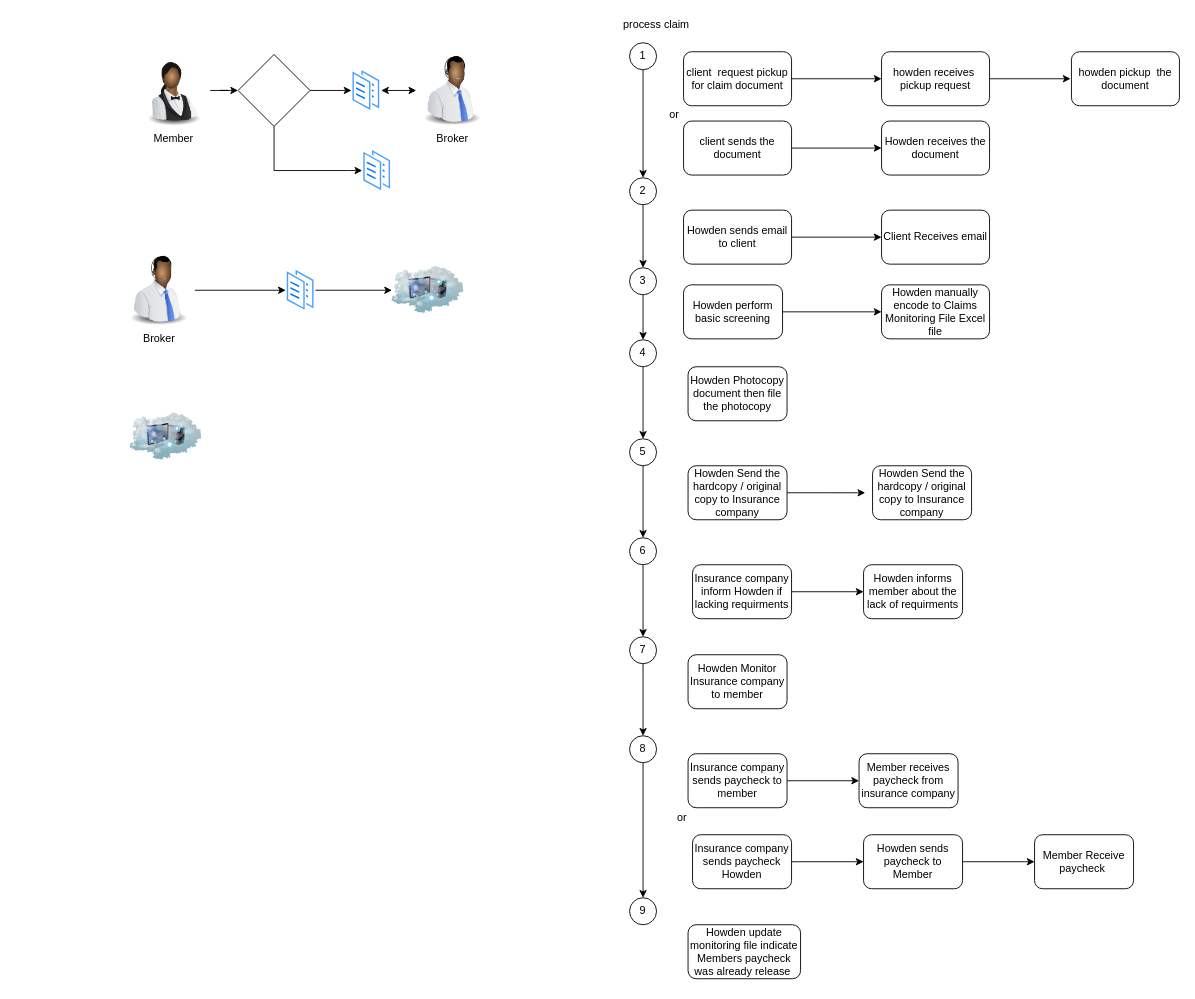
Earlier version of the draw.io diagram page "Claim" (3 of 10) of howdengroup.drawio (jasarvn/howdengroup). Source tidied: cells renumbered, new cells numbered last; positions are measured from the earlier drawing's top-left corner, leaving out a move shared by most shapes. Both pictures are drawn from the tidied source at 90%, with x=0, y=0 at pixel (122, 15).
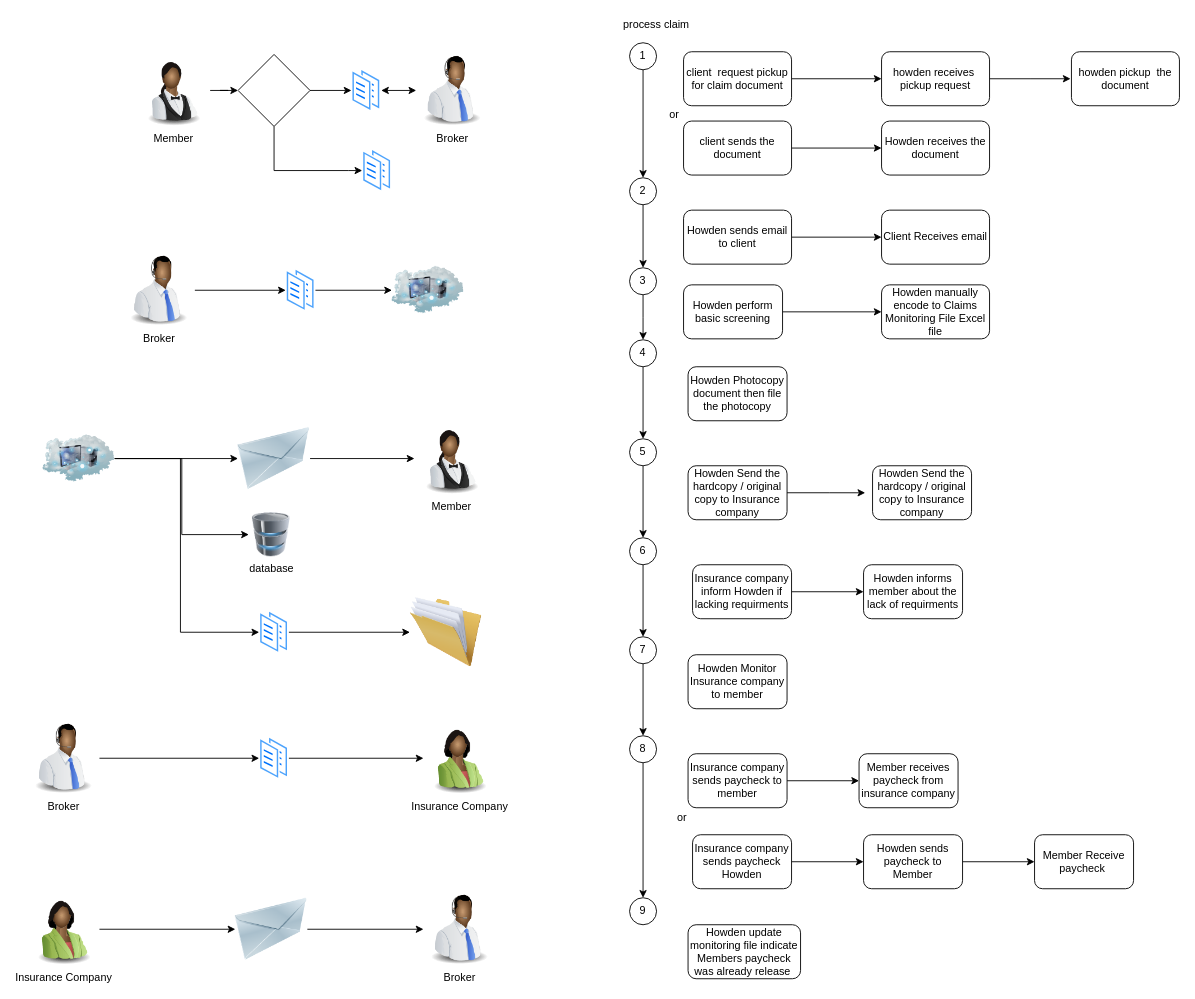
Above is the later version.

The edit, as a diff of the source:
```diff
@@
+    <mxCell id="68" style="edgeStyle=orthogonalEdgeStyle;rounded=0;jettySize=auto;html=1;exitX=1;exitY=0.5;exitDx=0;exitDy=0;" parent="1" edge="1" source="65" target="75">
+      <mxGeometry relative="1" as="geometry" />
+    </mxCell>
+    <mxCell id="69" style="edgeStyle=orthogonalEdgeStyle;rounded=0;jettySize=auto;html=1;entryX=0;entryY=0.5;entryDx=0;entryDy=0;" parent="1" edge="1" source="65" target="71">
+      <mxGeometry relative="1" as="geometry" />
+    </mxCell>
+    <mxCell id="70" style="edgeStyle=orthogonalEdgeStyle;rounded=0;jettySize=auto;html=1;entryX=0;entryY=0.5;entryDx=0;entryDy=0;" parent="1" edge="1" source="65" target="77">
+      <mxGeometry relative="1" as="geometry">
+        <Array as="points">
+          <mxPoint x="64" y="492" />
+          <mxPoint x="64" y="685" />
+        </Array>
+      </mxGeometry>
+    </mxCell>
     <mxCell id="65" style="image;html=1;labelBackgroundColor=#ffffff;image=img/lib/clip_art/networking/Cloud_Computer_128x128.png;" parent="1" vertex="1">
-      <mxGeometry x="8" y="428" width="80" height="80" as="geometry" />
+      <mxGeometry x="-89" y="452" width="80" height="80" as="geometry" />
     </mxCell>
@@
+    <mxCell id="71" value="database" style="image;html=1;labelBackgroundColor=#ffffff;image=img/lib/clip_art/computers/Database_128x128.png;" parent="1" vertex="1">
+      <mxGeometry x="140" y="552" width="50" height="49" as="geometry" />
+    </mxCell>
+    <mxCell id="72" style="image;html=1;labelBackgroundColor=#ffffff;image=img/lib/clip_art/general/Full_Folder_128x128.png;" parent="1" vertex="1">
+      <mxGeometry x="319" y="645" width="80" height="80" as="geometry" />
+    </mxCell>
+    <mxCell id="73" value="Member&lt;br&gt;" style="image;html=1;labelBackgroundColor=#ffffff;image=img/lib/clip_art/people/Waiter_Woman_Black_128x128.png;" parent="1" vertex="1">
+      <mxGeometry x="324" y="452" width="82" height="80" as="geometry" />
+    </mxCell>
+    <mxCell id="74" style="edgeStyle=orthogonalEdgeStyle;rounded=0;jettySize=auto;html=1;exitX=1;exitY=0.5;exitDx=0;exitDy=0;" parent="1" edge="1" source="75" target="73">
+      <mxGeometry relative="1" as="geometry" />
+    </mxCell>
+    <mxCell id="75" style="image;html=1;labelBackgroundColor=#ffffff;image=img/lib/clip_art/networking/Email_128x128.png;" parent="1" vertex="1">
+      <mxGeometry x="128" y="452" width="80" height="80" as="geometry" />
+    </mxCell>
+    <mxCell id="76" style="edgeStyle=orthogonalEdgeStyle;rounded=0;jettySize=auto;html=1;exitX=1;exitY=0.5;exitDx=0;exitDy=0;entryX=0;entryY=0.5;entryDx=0;entryDy=0;" parent="1" edge="1" source="77" target="72">
+      <mxGeometry relative="1" as="geometry" />
+    </mxCell>
+    <mxCell id="77" style="perimeter=ellipsePerimeter;html=1;align=center;shadow=0;dashed=0;spacingTop=3;image;image=img/lib/active_directory/documents.svg;" parent="1" vertex="1">
+      <mxGeometry x="151.5" y="660" width="33" height="50" as="geometry" />
+    </mxCell>
+    <mxCell id="78" style="edgeStyle=orthogonalEdgeStyle;rounded=0;jettySize=auto;html=1;entryX=0;entryY=0.5;entryDx=0;entryDy=0;" parent="1" edge="1" source="79" target="81">
+      <mxGeometry relative="1" as="geometry" />
+    </mxCell>
+    <mxCell id="79" value="Broker" style="image;html=1;labelBackgroundColor=#ffffff;image=img/lib/clip_art/people/Telesales_Man_Black_128x128.png;" parent="1" vertex="1">
+      <mxGeometry x="-106" y="785" width="80" height="80" as="geometry" />
+    </mxCell>
+    <mxCell id="80" style="edgeStyle=orthogonalEdgeStyle;rounded=0;jettySize=auto;html=1;exitX=1;exitY=0.5;exitDx=0;exitDy=0;" parent="1" edge="1" source="81" target="82">
+      <mxGeometry relative="1" as="geometry" />
+    </mxCell>
+    <mxCell id="81" style="perimeter=ellipsePerimeter;html=1;align=center;shadow=0;dashed=0;spacingTop=3;image;image=img/lib/active_directory/documents.svg;" parent="1" vertex="1">
+      <mxGeometry x="151.5" y="800" width="33" height="50" as="geometry" />
+    </mxCell>
+    <mxCell id="82" value="Insurance Company" style="image;html=1;labelBackgroundColor=#ffffff;image=img/lib/clip_art/people/Suit_Woman_Green_Black_128x128.png;" parent="1" vertex="1">
+      <mxGeometry x="334" y="785" width="80" height="80" as="geometry" />
+    </mxCell>
+    <mxCell id="83" style="edgeStyle=orthogonalEdgeStyle;rounded=0;jettySize=auto;html=1;exitX=1;exitY=0.5;exitDx=0;exitDy=0;entryX=0;entryY=0.5;entryDx=0;entryDy=0;" parent="1" edge="1" source="84" target="86">
+      <mxGeometry relative="1" as="geometry" />
+    </mxCell>
+    <mxCell id="84" value="Insurance Company" style="image;html=1;labelBackgroundColor=#ffffff;image=img/lib/clip_art/people/Suit_Woman_Green_Black_128x128.png;" parent="1" vertex="1">
+      <mxGeometry x="-106" y="975" width="80" height="80" as="geometry" />
+    </mxCell>
+    <mxCell id="85" style="edgeStyle=orthogonalEdgeStyle;rounded=0;jettySize=auto;html=1;" parent="1" edge="1" source="86" target="87">
+      <mxGeometry relative="1" as="geometry" />
+    </mxCell>
+    <mxCell id="86" style="image;html=1;labelBackgroundColor=#ffffff;image=img/lib/clip_art/networking/Email_128x128.png;" parent="1" vertex="1">
+      <mxGeometry x="125" y="975" width="80" height="80" as="geometry" />
+    </mxCell>
+    <mxCell id="87" value="Broker" style="image;html=1;labelBackgroundColor=#ffffff;image=img/lib/clip_art/people/Telesales_Man_Black_128x128.png;" parent="1" vertex="1">
+      <mxGeometry x="334" y="975" width="80" height="80" as="geometry" />
+    </mxCell>
```
